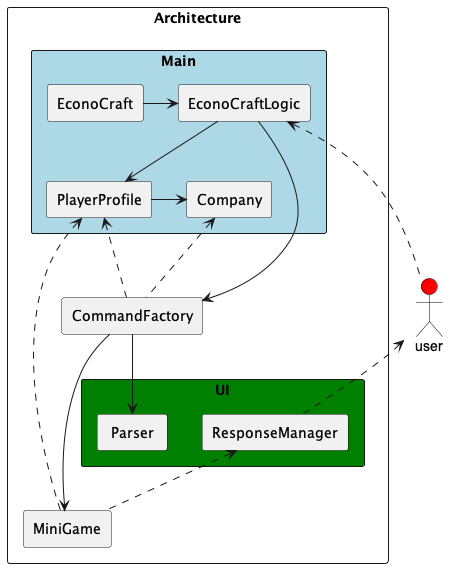
Before: docs/UML diagram/Architecture.png, a diagram exported from PlantUML (StargazerX0/tp).
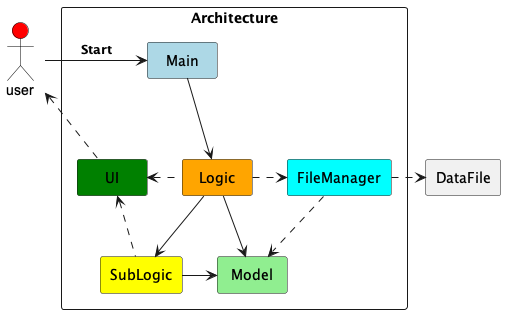
Later version of the same file.

Change to the diagram source:
```diff
@@ -2,34 +2,26 @@
 !include Style.puml
 
 actor user #red
+rectangle DataFile
 rectangle Architecture {
 
-    rectangle MiniGame
-    rectangle CommandFactory
+    rectangle Main #lightblue
+    rectangle Logic #orange
+    rectangle SubLogic #yellow
+    rectangle FileManager #cyan
+    rectangle UI #green
+    rectangle Model #lightgreen
 
-    rectangle Main #lightblue {
-        rectangle EconoCraft
-        rectangle EconoCraftLogic
-        rectangle PlayerProfile
-        rectangle Company
-    }
-
-    rectangle UI #green {
-        rectangle Parser
-        rectangle ResponseManager
-    }
-
-    EconoCraft -> EconoCraftLogic
-    EconoCraftLogic -down-> PlayerProfile
-    PlayerProfile -right-> Company
-    CommandFactory -up.> Company
-    CommandFactory -up.> PlayerProfile
-    user .left.> EconoCraftLogic
-    EconoCraftLogic -down-> CommandFactory
-    CommandFactory -down-> MiniGame
-    CommandFactory -down-> Parser
-    MiniGame -up.> PlayerProfile
-    MiniGame -up.> ResponseManager
-    ResponseManager -up.> user
+    user -right-> Main : Start
+    Main --> Logic
+    Logic --> SubLogic
+    Logic -left.>UI
+    SubLogic -left.>UI
+    Logic -right-> Model
+    SubLogic -right-> Model
+    UI -left.> user
+    Logic -right.> FileManager
+    FileManager -right.> DataFile
+    FileManager -down.> Model
 }
 @enduml
```
